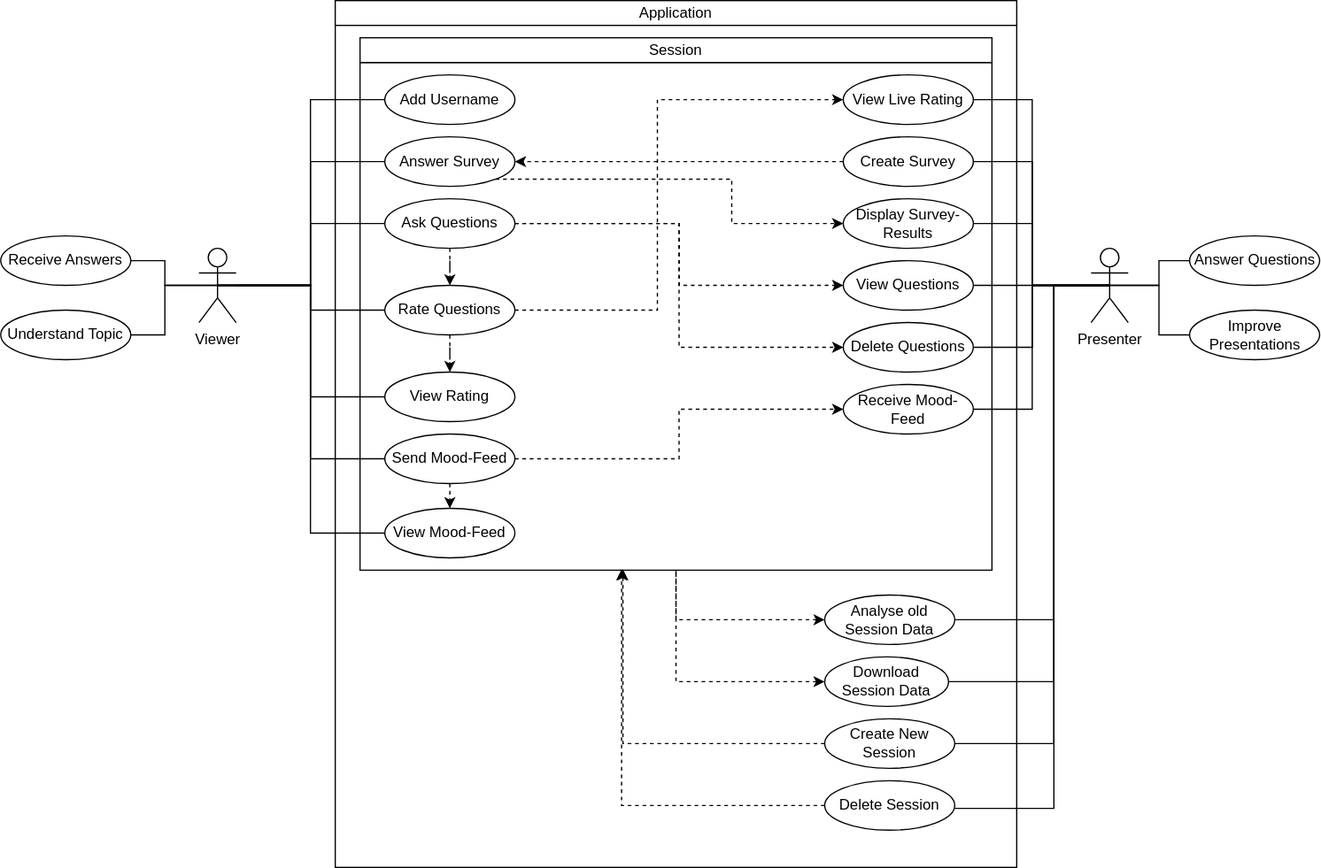
Before: docs/image/UML.svg, a diagram exported from draw.io (MaxiLambda/LectureFeed). Source tidied: cells renumbered, new cells last; positions are measured from the earlier drawing's top-left corner, leaving out a move shared by most shapes.
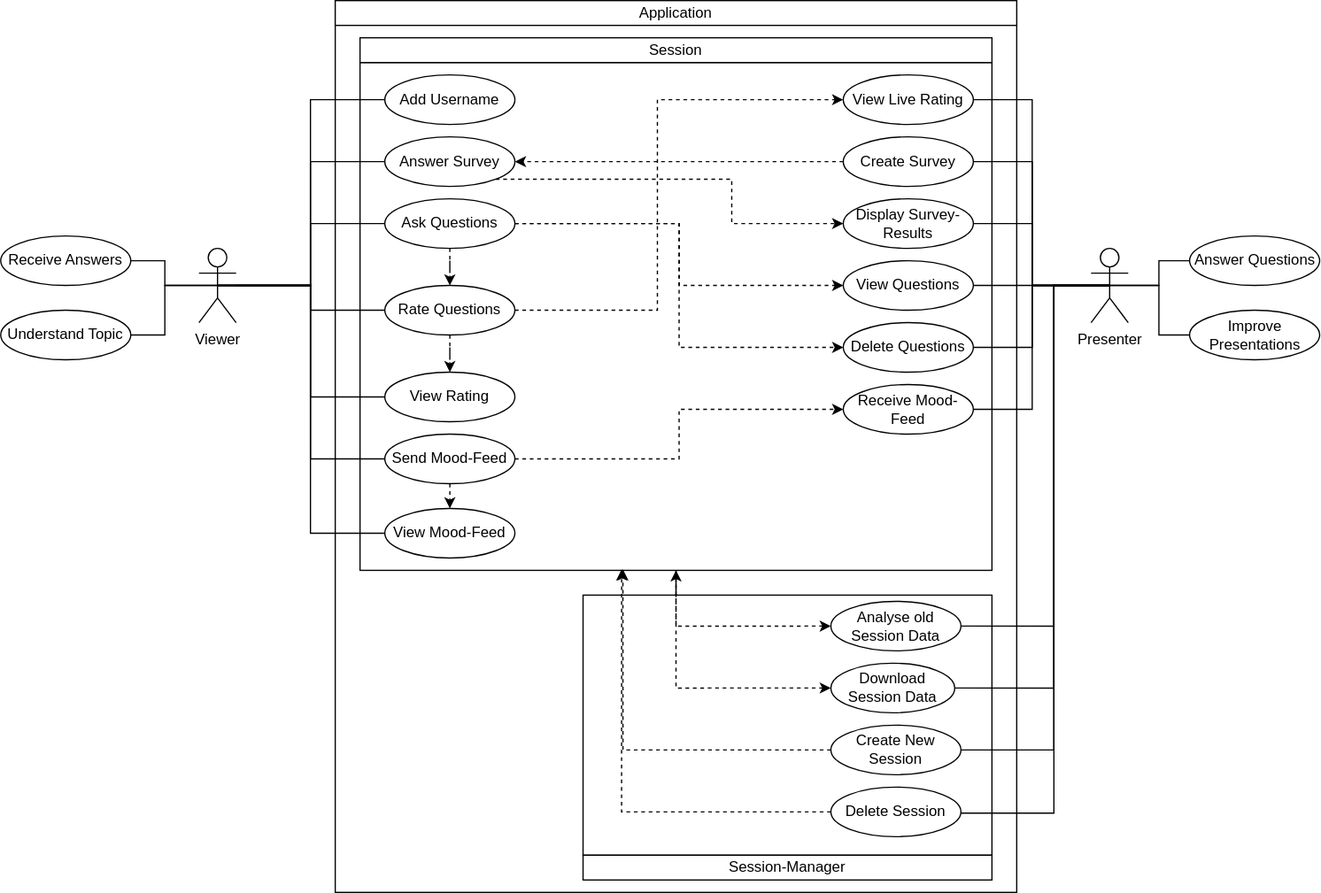
The same file after the commit.

Commit message:
[LDF-16] update UML

What changed in the source:
```diff
@@ -3,11 +3,22 @@
     <mxCell id="0" />
     <mxCell id="1" parent="0" />
     <mxCell id="2" style="rounded=0;whiteSpace=wrap;html=1;" parent="1" vertex="1">
-      <mxGeometry x="270" width="550" height="700" as="geometry" />
+      <mxGeometry x="270" width="550" height="720" as="geometry" />
     </mxCell>
     <mxCell id="3" style="rounded=0;whiteSpace=wrap;html=1;" parent="1" vertex="1">
       <mxGeometry x="290" y="50" width="510" height="410" as="geometry" />
     </mxCell>
+    <mxCell id="63" style="edgeStyle=orthogonalEdgeStyle;rounded=0;jettySize=auto;html=1;" parent="1" edge="1" source="64" target="3">
+      <mxGeometry relative="1" as="geometry">
+        <Array as="points">
+          <mxPoint x="545" y="470" />
+          <mxPoint x="545" y="470" />
+        </Array>
+      </mxGeometry>
+    </mxCell>
+    <mxCell id="64" style="rounded=0;whiteSpace=wrap;html=1;" parent="1" vertex="1">
+      <mxGeometry x="470" y="480" width="330" height="210" as="geometry" />
+    </mxCell>
     <mxCell id="4" style="edgeStyle=orthogonalEdgeStyle;rounded=0;jettySize=auto;html=1;exitX=1;exitY=0.5;exitDx=0;exitDy=0;entryX=0;entryY=0.5;entryDx=0;entryDy=0;dashed=1;endArrow=classic;endFill=1;" parent="1" edge="1" source="7" target="38">
       <mxGeometry relative="1" as="geometry" />
     </mxCell>
@@ -72,7 +83,7 @@
       <mxGeometry relative="1" as="geometry">
         <Array as="points">
           <mxPoint x="850" y="230" />
-          <mxPoint x="850" y="500" />
+          <mxPoint x="850" y="505" />
         </Array>
       </mxGeometry>
     </mxCell>
@@ -80,7 +91,7 @@
       <mxGeometry relative="1" as="geometry">
         <Array as="points">
           <mxPoint x="850" y="230" />
-          <mxPoint x="850" y="550" />
+          <mxPoint x="850" y="555" />
         </Array>
       </mxGeometry>
     </mxCell>
@@ -88,15 +99,16 @@
       <mxGeometry relative="1" as="geometry">
         <Array as="points">
           <mxPoint x="850" y="230" />
-          <mxPoint x="850" y="600" />
+          <mxPoint x="850" y="605" />
         </Array>
       </mxGeometry>
     </mxCell>
-    <mxCell id="27" style="edgeStyle=orthogonalEdgeStyle;rounded=0;jettySize=auto;html=1;exitX=0.5;exitY=0.5;exitDx=0;exitDy=0;exitPerimeter=0;entryX=1;entryY=0.558;entryDx=0;entryDy=0;entryPerimeter=0;endArrow=none;endFill=0;" parent="1" edge="1" source="30" target="52">
+    <mxCell id="27" style="edgeStyle=orthogonalEdgeStyle;rounded=0;jettySize=auto;html=1;exitX=0.5;exitY=0.5;exitDx=0;exitDy=0;exitPerimeter=0;entryX=0.994;entryY=0.527;entryDx=0;entryDy=0;entryPerimeter=0;endArrow=none;endFill=0;" parent="1" edge="1" source="30" target="52">
       <mxGeometry relative="1" as="geometry">
         <Array as="points">
           <mxPoint x="850" y="230" />
-          <mxPoint x="850" y="652" />
+          <mxPoint x="850" y="656" />
+          <mxPoint x="774" y="656" />
         </Array>
       </mxGeometry>
     </mxCell>
@@ -147,12 +159,12 @@
     <mxCell id="41" style="edgeStyle=orthogonalEdgeStyle;rounded=0;jettySize=auto;html=1;exitX=0;exitY=0.5;exitDx=0;exitDy=0;entryX=0.5;entryY=1;entryDx=0;entryDy=0;dashed=1;endArrow=none;endFill=0;startArrow=classic;startFill=1;" parent="1" edge="1" source="42" target="3">
       <mxGeometry relative="1" as="geometry">
         <Array as="points">
-          <mxPoint x="545" y="500" />
+          <mxPoint x="545" y="505" />
         </Array>
       </mxGeometry>
     </mxCell>
     <mxCell id="42" value="Analyse old Session Data" style="ellipse;whiteSpace=wrap;html=1;" parent="1" vertex="1">
-      <mxGeometry x="665" y="480" width="105" height="40" as="geometry" />
+      <mxGeometry x="670" y="485" width="105" height="40" as="geometry" />
     </mxCell>
     <mxCell id="43" value="View Live Rating" style="ellipse;whiteSpace=wrap;html=1;" parent="1" vertex="1">
       <mxGeometry x="680" y="60" width="105" height="40" as="geometry" />
@@ -164,13 +176,13 @@
       <mxGeometry relative="1" as="geometry" />
     </mxCell>
     <mxCell id="46" value="Download &lt;br&gt;Session Data" style="ellipse;whiteSpace=wrap;html=1;" parent="1" vertex="1">
-      <mxGeometry x="665" y="530" width="100" height="40" as="geometry" />
+      <mxGeometry x="670" y="535" width="100" height="40" as="geometry" />
     </mxCell>
     <mxCell id="47" style="edgeStyle=orthogonalEdgeStyle;rounded=0;jettySize=auto;html=1;exitX=0;exitY=0.5;exitDx=0;exitDy=0;entryX=0.416;entryY=0.998;entryDx=0;entryDy=0;entryPerimeter=0;dashed=1;startArrow=none;startFill=0;endArrow=classic;endFill=1;" parent="1" edge="1" source="48" target="3">
       <mxGeometry relative="1" as="geometry" />
     </mxCell>
     <mxCell id="48" value="Create New Session" style="ellipse;whiteSpace=wrap;html=1;" parent="1" vertex="1">
-      <mxGeometry x="665" y="580" width="105" height="40" as="geometry" />
+      <mxGeometry x="670" y="585" width="105" height="40" as="geometry" />
     </mxCell>
     <mxCell id="49" value="Add Username" style="ellipse;whiteSpace=wrap;html=1;" parent="1" vertex="1">
       <mxGeometry x="310" y="60" width="105" height="40" as="geometry" />
@@ -181,12 +193,12 @@
     <mxCell id="51" style="edgeStyle=orthogonalEdgeStyle;rounded=0;jettySize=auto;html=1;entryX=0.414;entryY=0.998;entryDx=0;entryDy=0;entryPerimeter=0;dashed=1;startArrow=none;startFill=0;endArrow=classic;endFill=1;" parent="1" edge="1" source="52" target="3">
       <mxGeometry relative="1" as="geometry">
         <Array as="points">
-          <mxPoint x="501" y="650" />
+          <mxPoint x="501" y="655" />
         </Array>
       </mxGeometry>
     </mxCell>
     <mxCell id="52" value="Delete Session" style="ellipse;whiteSpace=wrap;html=1;" parent="1" vertex="1">
-      <mxGeometry x="665" y="630" width="105" height="40" as="geometry" />
+      <mxGeometry x="670" y="635" width="105" height="40" as="geometry" />
     </mxCell>
     <mxCell id="53" value="Receive Answers" style="ellipse;whiteSpace=wrap;html=1;" parent="1" vertex="1">
       <mxGeometry y="190" width="105" height="40" as="geometry" />
@@ -223,5 +235,8 @@
     <mxCell id="62" value="Improve Presentations" style="ellipse;whiteSpace=wrap;html=1;" parent="1" vertex="1">
       <mxGeometry x="959.5" y="250" width="105" height="40" as="geometry" />
     </mxCell>
+    <mxCell id="65" value="Session-Manager" style="rounded=0;whiteSpace=wrap;html=1;" parent="1" vertex="1">
+      <mxGeometry x="470" y="690" width="330" height="20" as="geometry" />
+    </mxCell>
   </root>
 </mxGraphModel>
```
